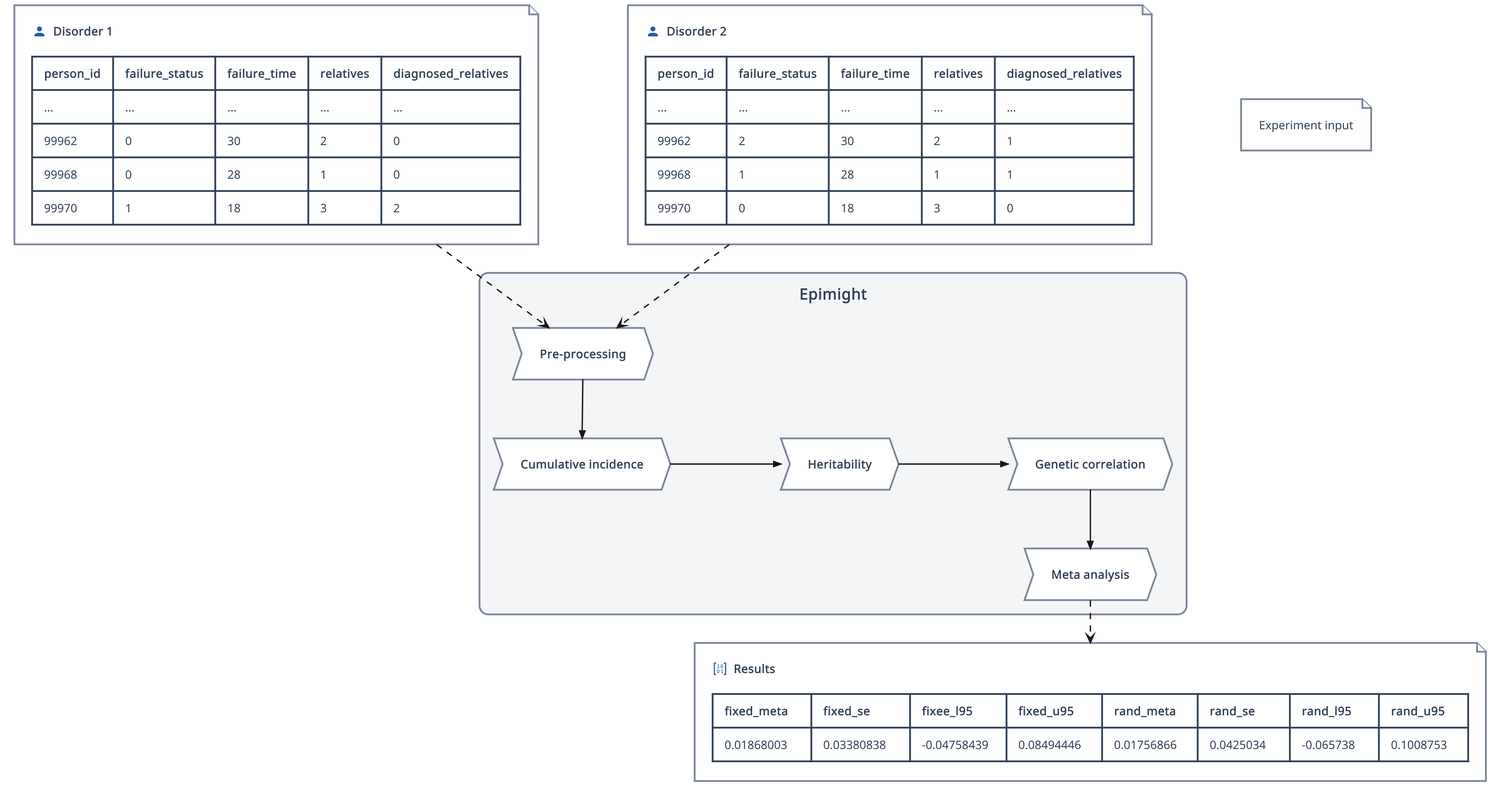
This is guides/diagrams/pipeline-component-diagram.png from BioPsyk/epimight, a PlantUML export, as it was before one commit. Source of this version:
```plantuml
@startuml
!include <material/account>
!include <material/account_search>
!include <material/chart_line>
!include <material/data>
!include <material/database>
!include <material/matrix>
!include ./diagrams/ibp.puml

file "Experiment input" as exp_input {

}

file d1_tte [
<color:#255ba7><$ma_account{scale=0.35}></color>  **Disorder 1**

| **person_id** | **failure_status** | **failure_time** | **relatives** | **diagnosed_relatives** |
| ...           | ...                | ...              | ...           | ...                     |
| 99962         | 0                  | 30               | 2             | 0                       |
| 99968         | 0                  | 28               | 1             | 0                       |
| 99970         | 1                  | 18               | 3             | 2                       |
]

file d2_tte [
<color:#255ba7><$ma_account{scale=0.35}></color>  **Disorder 2**

| **person_id** | **failure_status** | **failure_time** | **relatives** | **diagnosed_relatives** |
| ...           | ...                | ...              | ...           | ...                     |
| 99962         | 2                  | 30               | 2             | 1                       |
| 99968         | 1                  | 28               | 1             | 1                       |
| 99970         | 0                  | 18               | 3             | 0                       |
]

file results [
<color:#255ba7><$ma_matrix{scale=0.35}></color>  **Results**

| **fixed_meta** | **fixed_se**   | **fixee_l95** | **fixed_u95** | **rand_meta** | **rand_se**   | **rand_l95**  | **rand_u95** |
| 0.01868003     | 0.03380838     | -0.04758439   | 0.08494446    | 0.01756866    | 0.0425034     | -0.065738     | 0.1008753    |
]

Boundary1(scope, "Epimight") {
  Process(preproc, "**Pre-processing**")
  Process(cif, "**Cumulative incidence**")
  Process(h2, "**Heritability**")
  Process(gc, "**Genetic correlation**")
  Process(meta, "**Meta analysis**")

}

d1_tte ..> preproc
d2_tte ..> preproc

Arrow_Down(preproc, cif)
Arrow_Right(cif, h2)
Arrow_Right(h2, gc)
Arrow_Down(gc, meta)

meta ..> results
@enduml
```
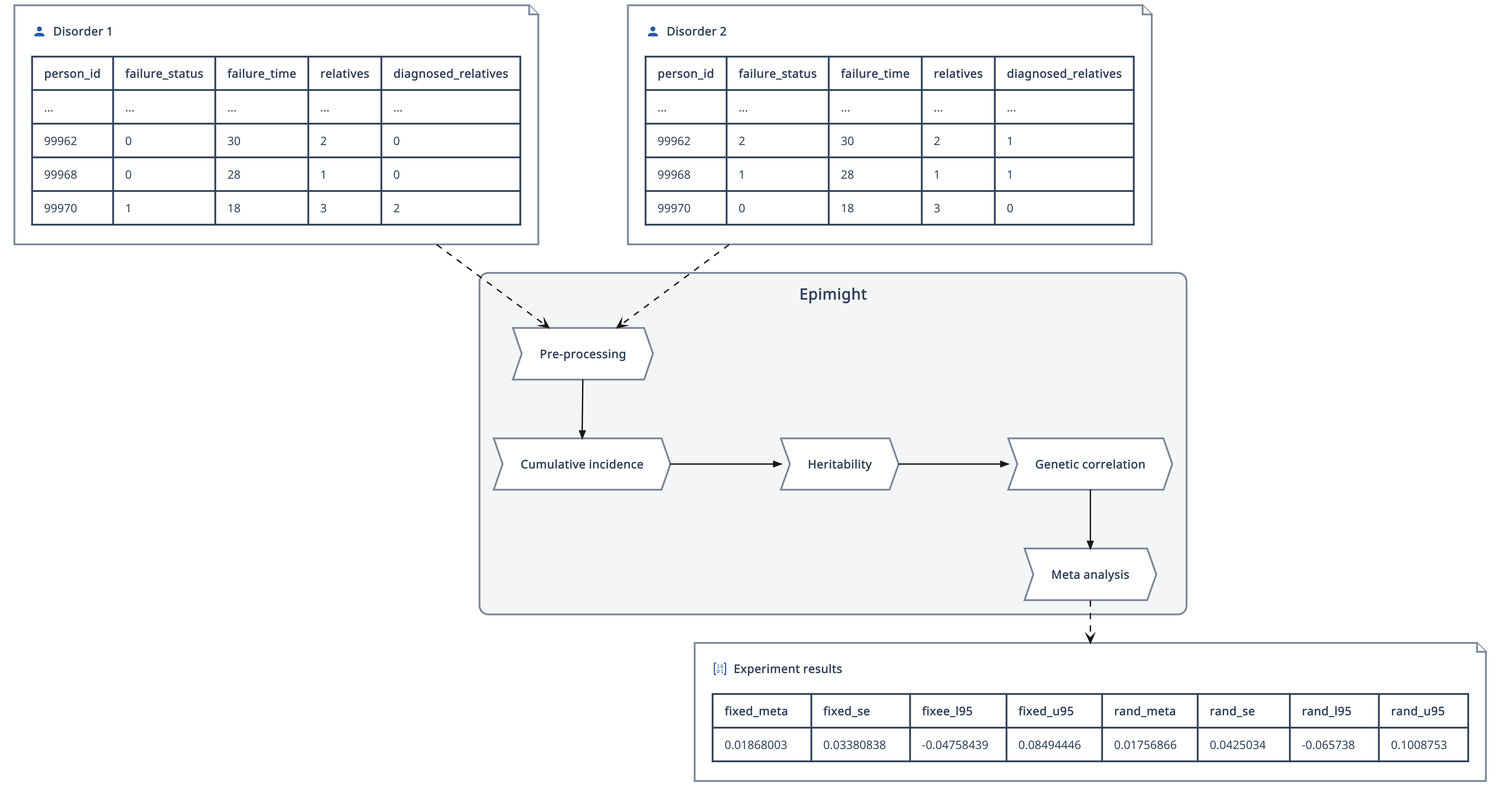
Above is the later version.

What changed in the source:
```diff
@@ -7,9 +7,6 @@
 !include <material/matrix>
 !include ./diagrams/ibp.puml
 
-file "Experiment input" as exp_input {
-
-}
 
 file d1_tte [
 <color:#255ba7><$ma_account{scale=0.35}></color>  **Disorder 1**
@@ -32,7 +29,7 @@
 ]
 
 file results [
-<color:#255ba7><$ma_matrix{scale=0.35}></color>  **Results**
+<color:#255ba7><$ma_matrix{scale=0.35}></color>  **Experiment results**
 
 | **fixed_meta** | **fixed_se**   | **fixee_l95** | **fixed_u95** | **rand_meta** | **rand_se**   | **rand_l95**  | **rand_u95** |
 | 0.01868003     | 0.03380838     | -0.04758439   | 0.08494446    | 0.01756866    | 0.0425034     | -0.065738     | 0.1008753    |
```
